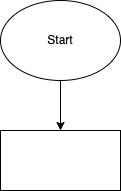
The draw.io diagram Main method.drawio.png in Proninaprodigy/Test-Geek-Brains, before a commit. Source tidied: cells renumbered, new cells last; positions are measured from the earlier drawing's top-left corner, leaving out a move shared by most shapes.
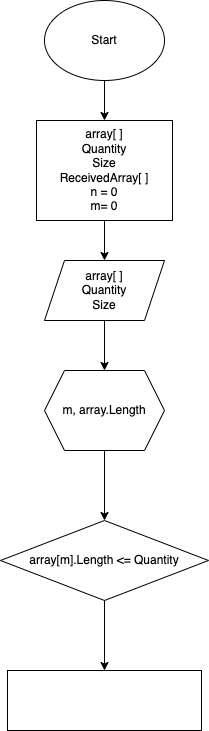
Above is the later version.

Commit message:
Блок-схема основного решения

What changed in the source:
```diff
@@ -8,8 +8,32 @@
     <mxCell id="3" value="Start" style="ellipse;whiteSpace=wrap;html=1;" parent="1" vertex="1">
       <mxGeometry width="120" height="80" as="geometry" />
     </mxCell>
+    <mxCell id="5" style="edgeStyle=none;html=1;" parent="1" edge="1" source="4" target="7">
+      <mxGeometry relative="1" as="geometry" />
+    </mxCell>
-    <mxCell id="4" style="whiteSpace=wrap;html=1;" parent="1" vertex="1">
-      <mxGeometry y="130" width="120" height="60" as="geometry" />
+    <mxCell id="4" value="array[ ]&lt;br&gt;Quantity&lt;br&gt;Size&lt;br&gt;ReceivedArray[ ]&lt;br&gt;n = 0&lt;br&gt;m= 0" style="whiteSpace=wrap;html=1;" parent="1" vertex="1">
+      <mxGeometry x="-8" y="120" width="136" height="100" as="geometry" />
     </mxCell>
+    <mxCell id="6" style="edgeStyle=none;html=1;" parent="1" edge="1" source="7" target="9">
+      <mxGeometry relative="1" as="geometry" />
+    </mxCell>
+    <mxCell id="7" value="array[ ]&lt;br&gt;Quantity&lt;br&gt;Size" style="shape=parallelogram;perimeter=parallelogramPerimeter;whiteSpace=wrap;html=1;fixedSize=1;" parent="1" vertex="1">
+      <mxGeometry y="260" width="120" height="60" as="geometry" />
+    </mxCell>
+    <mxCell id="8" style="edgeStyle=none;html=1;" parent="1" edge="1" source="9" target="11">
+      <mxGeometry relative="1" as="geometry" />
+    </mxCell>
+    <mxCell id="9" value="m, array.Length" style="shape=hexagon;perimeter=hexagonPerimeter2;whiteSpace=wrap;html=1;fixedSize=1;" parent="1" vertex="1">
+      <mxGeometry y="370" width="120" height="80" as="geometry" />
+    </mxCell>
+    <mxCell id="10" style="edgeStyle=none;html=1;" parent="1" edge="1" source="11" target="12">
+      <mxGeometry relative="1" as="geometry" />
+    </mxCell>
+    <mxCell id="11" value="array[m].Length &amp;lt;= Quantity" style="rhombus;whiteSpace=wrap;html=1;" parent="1" vertex="1">
+      <mxGeometry x="-44" y="520" width="208" height="80" as="geometry" />
+    </mxCell>
+    <mxCell id="12" style="whiteSpace=wrap;html=1;" parent="1" vertex="1">
+      <mxGeometry x="-37" y="670" width="194" height="60" as="geometry" />
+    </mxCell>
   </root>
 </mxGraphModel>
```
